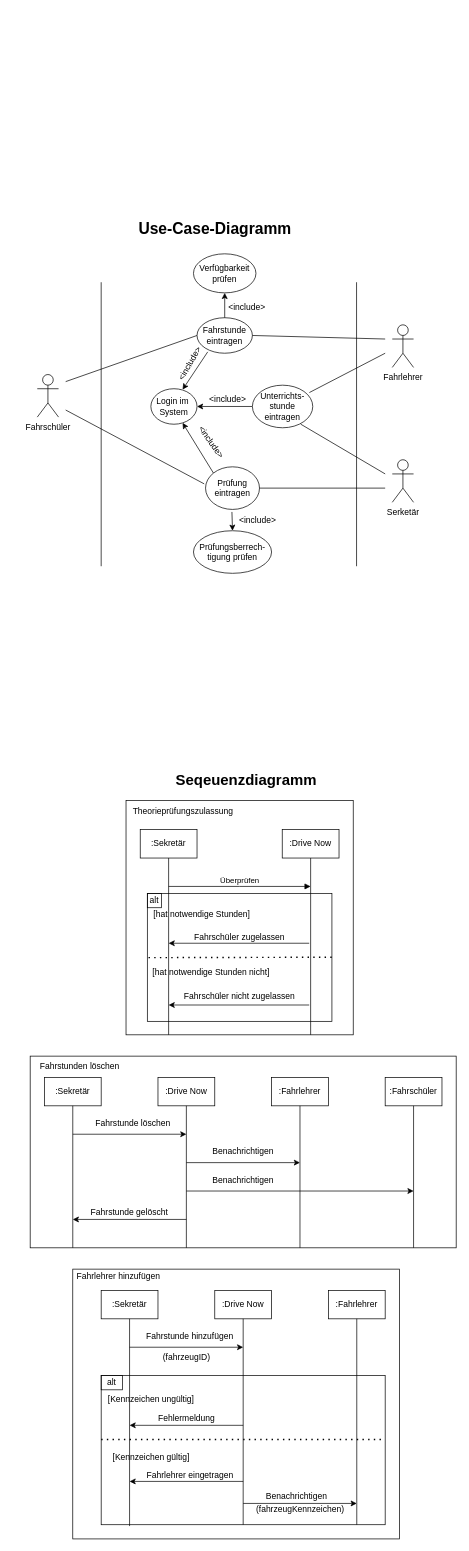
Before: driveNow.drawio in DseaKu/drawIO, a draw.io diagram. Source tidied: cells renumbered, new cells numbered last; positions are measured from the earlier drawing's top-left corner, leaving out a move shared by most shapes. Both pictures are drawn from the tidied source at 71%, with x=0, y=0 at pixel (12, 214).
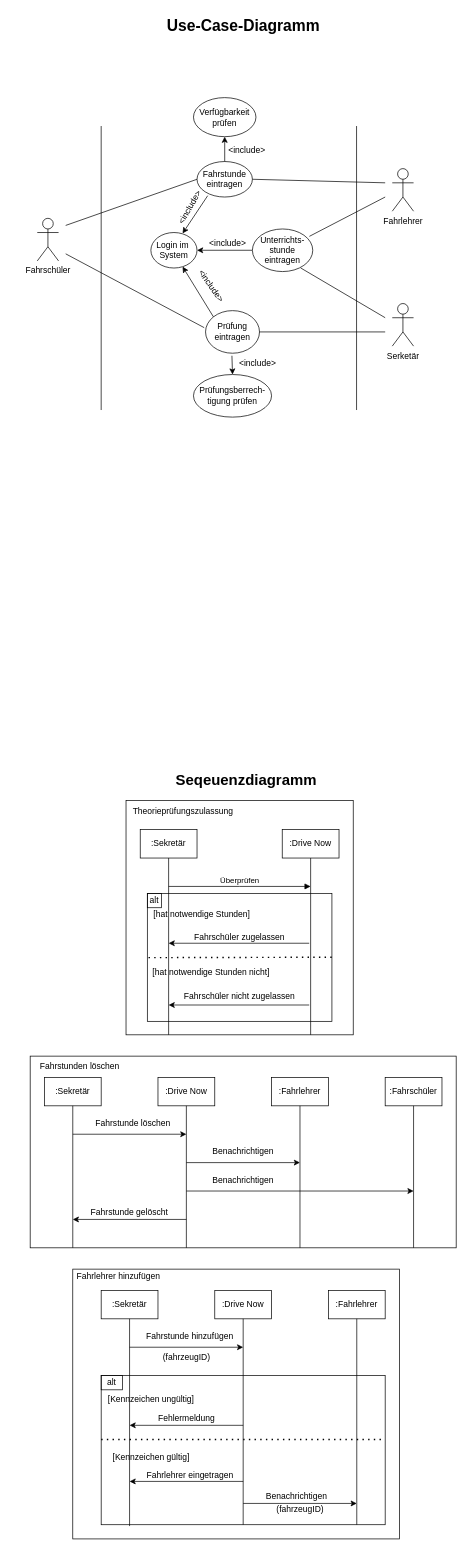
The same diagram, later.

Diff of the diagram source:
```diff
@@
+    <mxCell id="58" style="rounded=0;whiteSpace=wrap;html=1;fillColor=none;" parent="1" vertex="1">
+      <mxGeometry x="85" y="1485" width="460" height="380" as="geometry" />
+    </mxCell>
@@
-    <mxCell id="57" value="(fahrzeugKennzeichen)" style="text;html=1;align=center;verticalAlign=middle;strokeColor=none;fillColor=none;" parent="1" vertex="1">
-      <mxGeometry x="330" y="1809" width="150" height="30" as="geometry" />
+    <mxCell id="57" value="(fahrzeugID)" style="text;html=1;align=center;verticalAlign=middle;strokeColor=none;fillColor=none;" parent="1" vertex="1">
+      <mxGeometry x="360" y="1809" width="90" height="30" as="geometry" />
     </mxCell>
-    <mxCell id="58" style="rounded=0;whiteSpace=wrap;html=1;fillColor=none;" parent="1" vertex="1">
-      <mxGeometry x="85" y="1485" width="460" height="380" as="geometry" />
-    </mxCell>
@@
     <mxCell id="61" value="&lt;font style=&quot;font-size: 22px;&quot;&gt;&lt;b&gt;Use-Case-Diagramm&lt;/b&gt;&lt;/font&gt;" style="text;html=1;align=center;verticalAlign=middle;strokeColor=none;fillColor=none;" parent="1" vertex="1">
-      <mxGeometry x="165" width="240" height="40" as="geometry" />
+      <mxGeometry x="205" y="-285" width="240" height="40" as="geometry" />
     </mxCell>
     <mxCell id="62" style="endArrow=none;html=1;rounded=0;" parent="1" edge="1">
       <mxGeometry relative="1" as="geometry">
-        <mxPoint x="125" y="495" as="sourcePoint" />
-        <mxPoint x="125" y="95" as="targetPoint" />
+        <mxPoint x="125" y="275" as="sourcePoint" />
+        <mxPoint x="125" y="-125" as="targetPoint" />
       </mxGeometry>
     </mxCell>
     <mxCell id="63" style="endArrow=none;html=1;rounded=0;" parent="1" edge="1">
       <mxGeometry relative="1" as="geometry">
-        <mxPoint x="484.7" y="495" as="sourcePoint" />
-        <mxPoint x="484.7" y="95" as="targetPoint" />
+        <mxPoint x="484.7" y="275" as="sourcePoint" />
+        <mxPoint x="484.7" y="-125" as="targetPoint" />
       </mxGeometry>
     </mxCell>
     <mxCell id="64" value="Fahrschüler" style="shape=umlActor;verticalLabelPosition=bottom;verticalAlign=top;html=1;" parent="1" vertex="1">
-      <mxGeometry x="35" y="225" width="30" height="60" as="geometry" />
+      <mxGeometry x="35" y="5" width="30" height="60" as="geometry" />
     </mxCell>
     <mxCell id="65" value="Serketär" style="shape=umlActor;verticalLabelPosition=bottom;verticalAlign=top;html=1;" parent="1" vertex="1">
-      <mxGeometry x="535" y="345" width="30" height="60" as="geometry" />
+      <mxGeometry x="535" y="125" width="30" height="60" as="geometry" />
     </mxCell>
     <mxCell id="66" value="Fahrlehrer" style="shape=umlActor;verticalLabelPosition=bottom;verticalAlign=top;html=1;" parent="1" vertex="1">
-      <mxGeometry x="535" y="155" width="30" height="60" as="geometry" />
+      <mxGeometry x="535" y="-65" width="30" height="60" as="geometry" />
     </mxCell>
     <mxCell id="67" value="Fahrstunde &lt;br&gt;eintragen" style="ellipse;whiteSpace=wrap;html=1;" parent="1" vertex="1">
-      <mxGeometry x="260" y="145" width="78" height="50" as="geometry" />
+      <mxGeometry x="260" y="-75" width="78" height="50" as="geometry" />
     </mxCell>
     <mxCell id="68" value="Login im&amp;nbsp;&lt;br&gt;System" style="ellipse;whiteSpace=wrap;html=1;" parent="1" vertex="1">
-      <mxGeometry x="195" y="245" width="65" height="50" as="geometry" />
+      <mxGeometry x="195" y="25" width="65" height="50" as="geometry" />
     </mxCell>
@@
     <mxCell id="70" value="Unterrichts-&lt;br&gt;stunde eintragen" style="ellipse;whiteSpace=wrap;html=1;" parent="1" vertex="1">
-      <mxGeometry x="338" y="240" width="85" height="60" as="geometry" />
+      <mxGeometry x="338" y="20" width="85" height="60" as="geometry" />
     </mxCell>
     <mxCell id="71" value="Prüfung&lt;br&gt;eintragen" style="ellipse;whiteSpace=wrap;html=1;" parent="1" vertex="1">
-      <mxGeometry x="272" y="355" width="76" height="60" as="geometry" />
+      <mxGeometry x="272" y="135" width="76" height="60" as="geometry" />
     </mxCell>
     <mxCell id="72" value="Prüfungsberrech-&lt;br&gt;tigung prüfen" style="ellipse;whiteSpace=wrap;html=1;" parent="1" vertex="1">
-      <mxGeometry x="255" y="445" width="110" height="60" as="geometry" />
+      <mxGeometry x="255" y="225" width="110" height="60" as="geometry" />
     </mxCell>
     <mxCell id="73" value="Verfügbarkeit&lt;br&gt;prüfen" style="ellipse;whiteSpace=wrap;html=1;" parent="1" vertex="1">
-      <mxGeometry x="255" y="55" width="88" height="55" as="geometry" />
+      <mxGeometry x="255" y="-165" width="88" height="55" as="geometry" />
     </mxCell>
     <mxCell id="74" style="endArrow=none;html=1;rounded=0;entryX=0;entryY=0.5;entryDx=0;entryDy=0;" parent="1" edge="1" target="67">
       <mxGeometry relative="1" as="geometry">
-        <mxPoint x="75" y="235" as="sourcePoint" />
+        <mxPoint x="75" y="15" as="sourcePoint" />
       </mxGeometry>
     </mxCell>
     <mxCell id="75" style="endArrow=none;html=1;rounded=0;exitX=-0.025;exitY=0.4;exitDx=0;exitDy=0;exitPerimeter=0;" parent="1" edge="1" source="71">
       <mxGeometry relative="1" as="geometry">
-        <mxPoint x="75" y="275" as="targetPoint" />
+        <mxPoint x="75" y="55" as="targetPoint" />
       </mxGeometry>
     </mxCell>
     <mxCell id="76" style="endArrow=none;html=1;rounded=0;exitX=0.944;exitY=0.173;exitDx=0;exitDy=0;exitPerimeter=0;" parent="1" edge="1" source="70">
       <mxGeometry relative="1" as="geometry">
-        <mxPoint x="525" y="195" as="targetPoint" />
+        <mxPoint x="525" y="-25" as="targetPoint" />
       </mxGeometry>
     </mxCell>
     <mxCell id="77" style="endArrow=none;html=1;rounded=0;entryX=1;entryY=0.5;entryDx=0;entryDy=0;" parent="1" edge="1" target="67">
       <mxGeometry relative="1" as="geometry">
-        <mxPoint x="525" y="175" as="sourcePoint" />
+        <mxPoint x="525" y="-45" as="sourcePoint" />
       </mxGeometry>
     </mxCell>
     <mxCell id="78" style="endArrow=none;html=1;rounded=0;exitX=0.8;exitY=0.915;exitDx=0;exitDy=0;exitPerimeter=0;" parent="1" edge="1" source="70">
       <mxGeometry relative="1" as="geometry">
-        <mxPoint x="525" y="365" as="targetPoint" />
+        <mxPoint x="525" y="145" as="targetPoint" />
       </mxGeometry>
     </mxCell>
     <mxCell id="79" style="endArrow=none;html=1;rounded=0;exitX=1;exitY=0.5;exitDx=0;exitDy=0;" parent="1" edge="1" source="71">
       <mxGeometry relative="1" as="geometry">
-        <mxPoint x="525" y="385" as="targetPoint" />
+        <mxPoint x="525" y="165" as="targetPoint" />
       </mxGeometry>
     </mxCell>
@@
     <mxCell id="84" value="&amp;lt;include&amp;gt;" style="text;html=1;align=center;verticalAlign=middle;strokeColor=none;fillColor=none;rotation=55;" parent="1" vertex="1">
-      <mxGeometry x="240" y="305" width="80" height="30" as="geometry" />
+      <mxGeometry x="240" y="85" width="80" height="30" as="geometry" />
     </mxCell>
     <mxCell id="85" value="&amp;lt;include&amp;gt;" style="text;html=1;align=center;verticalAlign=middle;strokeColor=none;fillColor=none;" parent="1" vertex="1">
-      <mxGeometry x="305" y="415" width="80" height="30" as="geometry" />
+      <mxGeometry x="305" y="195" width="80" height="30" as="geometry" />
     </mxCell>
     <mxCell id="86" value="&amp;lt;include&amp;gt;" style="text;html=1;align=center;verticalAlign=middle;strokeColor=none;fillColor=none;" parent="1" vertex="1">
-      <mxGeometry x="263" y="245" width="80" height="30" as="geometry" />
+      <mxGeometry x="263" y="25" width="80" height="30" as="geometry" />
     </mxCell>
     <mxCell id="87" value="&amp;lt;include&amp;gt;" style="text;html=1;align=center;verticalAlign=middle;strokeColor=none;fillColor=none;rotation=-60;" parent="1" vertex="1">
-      <mxGeometry x="210" y="195" width="80" height="30" as="geometry" />
+      <mxGeometry x="210" y="-25" width="80" height="30" as="geometry" />
     </mxCell>
     <mxCell id="88" value="&amp;lt;include&amp;gt;" style="text;html=1;align=center;verticalAlign=middle;strokeColor=none;fillColor=none;" parent="1" vertex="1">
-      <mxGeometry x="290" y="115" width="80" height="30" as="geometry" />
+      <mxGeometry x="290" y="-105" width="80" height="30" as="geometry" />
     </mxCell>
```
